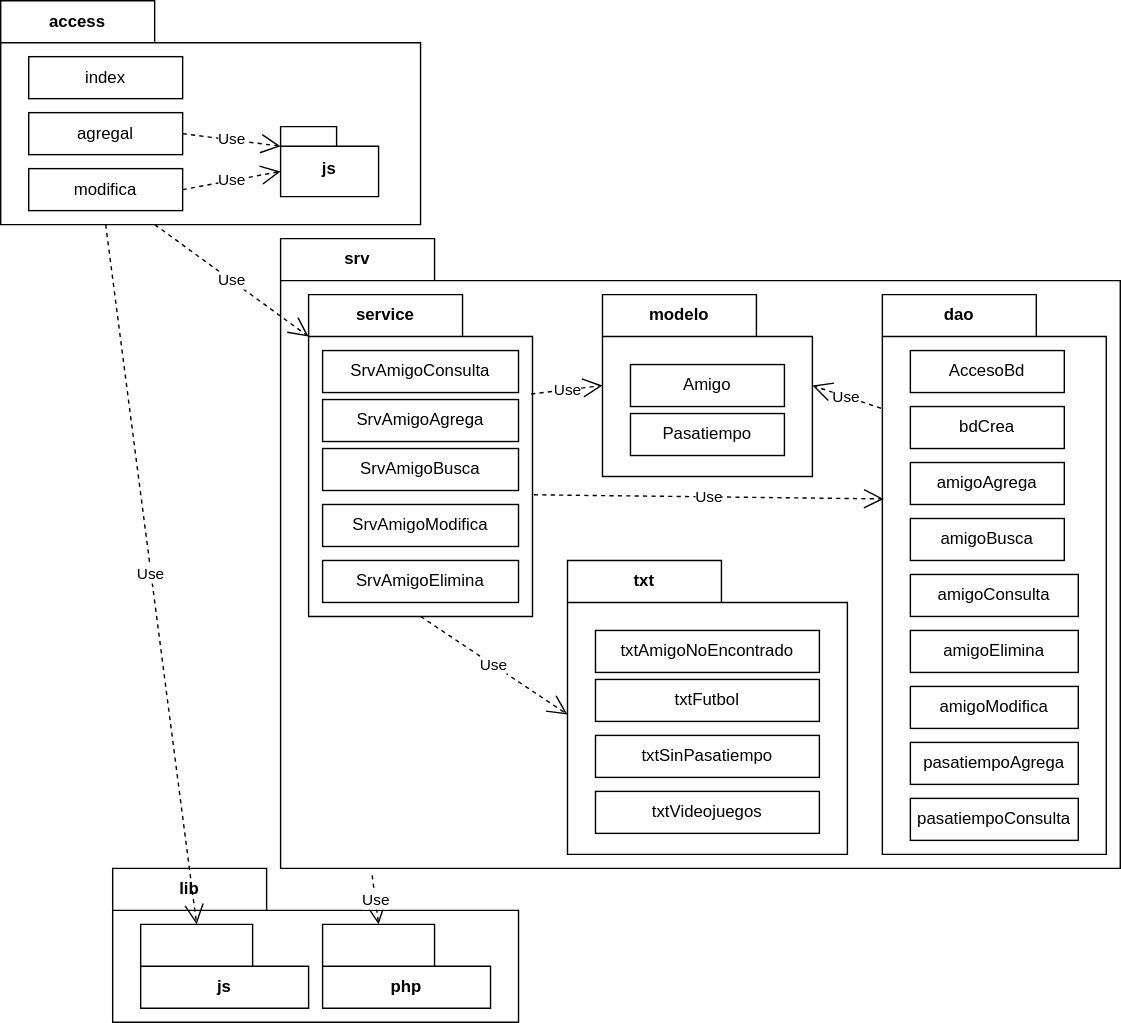
This is img/m17auno/aunopaquetes.drawio.svg from gilpgawoas/gilpgawoas.github.io, a draw.io export, as it was before one commit. Source tidied: cells renumbered, new cells last; positions are measured from the earlier drawing's top-left corner, leaving out a move shared by most shapes.
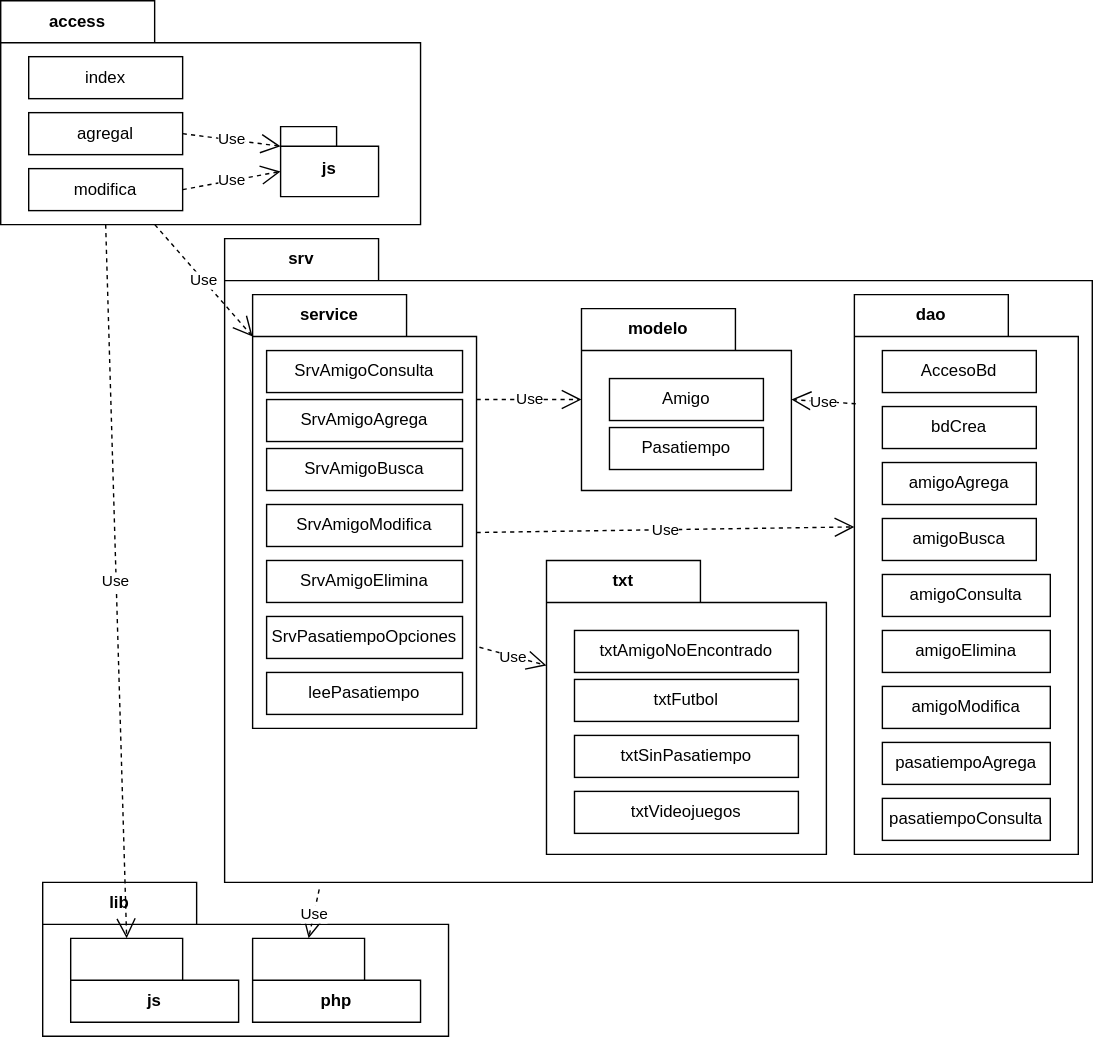
After the commit.

Diff of the diagram source:
```diff
@@ -3,7 +3,7 @@
     <mxCell id="0" />
     <mxCell id="1" parent="0" />
     <mxCell id="2" value="lib" style="shape=folder;fontStyle=1;tabWidth=110;tabHeight=30;tabPosition=left;html=1;boundedLbl=1;labelInHeader=1;whiteSpace=wrap;" parent="1" vertex="1">
-      <mxGeometry x="80" y="620" width="290" height="110" as="geometry" />
+      <mxGeometry x="30" y="630" width="290" height="110" as="geometry" />
     </mxCell>
     <mxCell id="3" value="js" style="shape=folder;fontStyle=1;tabWidth=80;tabHeight=30;tabPosition=left;html=1;boundedLbl=1;whiteSpace=wrap;" parent="2" vertex="1">
       <mxGeometry x="20" y="40" width="120" height="60" as="geometry" />
@@ -39,10 +39,10 @@
       <mxGeometry relative="1" as="geometry" />
     </mxCell>
     <mxCell id="12" value="srv" style="shape=folder;fontStyle=1;tabWidth=110;tabHeight=30;tabPosition=left;html=1;boundedLbl=1;labelInHeader=1;whiteSpace=wrap;" parent="1" vertex="1">
-      <mxGeometry x="200" y="170" width="600" height="450" as="geometry" />
+      <mxGeometry x="160" y="170" width="620" height="460" as="geometry" />
     </mxCell>
     <mxCell id="13" value="service" style="shape=folder;fontStyle=1;tabWidth=110;tabHeight=30;tabPosition=left;html=1;boundedLbl=1;labelInHeader=1;whiteSpace=wrap;" parent="12" vertex="1">
-      <mxGeometry x="20" y="40" width="160" height="230" as="geometry" />
+      <mxGeometry x="20" y="40" width="160" height="310" as="geometry" />
     </mxCell>
     <mxCell id="14" value="SrvAmigoConsulta" style="html=1;whiteSpace=wrap;" parent="13" vertex="1">
       <mxGeometry width="140" height="30" relative="1" as="geometry">
@@ -69,8 +69,18 @@
         <mxPoint x="10" y="190" as="offset" />
       </mxGeometry>
     </mxCell>
+    <mxCell id="44" value="SrvPasatiempoOpciones" style="html=1;whiteSpace=wrap;" parent="13" vertex="1">
+      <mxGeometry width="140" height="30" relative="1" as="geometry">
+        <mxPoint x="10" y="230" as="offset" />
+      </mxGeometry>
+    </mxCell>
+    <mxCell id="45" value="leePasatiempo" style="html=1;whiteSpace=wrap;" parent="13" vertex="1">
+      <mxGeometry width="140" height="30" relative="1" as="geometry">
+        <mxPoint x="10" y="270" as="offset" />
+      </mxGeometry>
+    </mxCell>
     <mxCell id="19" value="txt" style="shape=folder;fontStyle=1;tabWidth=110;tabHeight=30;tabPosition=left;html=1;boundedLbl=1;labelInHeader=1;whiteSpace=wrap;" parent="12" vertex="1">
-      <mxGeometry x="205" y="230" width="200" height="210" as="geometry" />
+      <mxGeometry x="230" y="230" width="200" height="210" as="geometry" />
     </mxCell>
     <mxCell id="20" value="txtAmigoNoEncontrado" style="html=1;whiteSpace=wrap;" parent="19" vertex="1">
       <mxGeometry width="160" height="30" relative="1" as="geometry">
@@ -93,7 +103,7 @@
       </mxGeometry>
     </mxCell>
     <mxCell id="24" value="modelo" style="shape=folder;fontStyle=1;tabWidth=110;tabHeight=30;tabPosition=left;html=1;boundedLbl=1;labelInHeader=1;whiteSpace=wrap;" parent="12" vertex="1">
-      <mxGeometry x="230" y="40" width="150" height="130" as="geometry" />
+      <mxGeometry x="255" y="50" width="150" height="130" as="geometry" />
     </mxCell>
     <mxCell id="25" value="Amigo" style="html=1;whiteSpace=wrap;" parent="24" vertex="1">
       <mxGeometry width="110" height="30" relative="1" as="geometry">
@@ -106,7 +116,7 @@
       </mxGeometry>
     </mxCell>
     <mxCell id="27" value="dao" style="shape=folder;fontStyle=1;tabWidth=110;tabHeight=30;tabPosition=left;html=1;boundedLbl=1;labelInHeader=1;whiteSpace=wrap;" parent="12" vertex="1">
-      <mxGeometry x="430" y="40" width="160" height="400" as="geometry" />
+      <mxGeometry x="450" y="40" width="160" height="400" as="geometry" />
     </mxCell>
     <mxCell id="28" value="AccesoBd" style="html=1;whiteSpace=wrap;" parent="27" vertex="1">
       <mxGeometry width="110" height="30" relative="1" as="geometry">
@@ -153,16 +163,16 @@
         <mxPoint x="20" y="360" as="offset" />
       </mxGeometry>
     </mxCell>
-    <mxCell id="37" value="Use" style="endArrow=open;endSize=12;dashed=1;html=1;rounded=0;entryX=0;entryY=0;entryDx=150;entryDy=65;entryPerimeter=0;exitX=-0.006;exitY=0.203;exitDx=0;exitDy=0;exitPerimeter=0;" parent="12" edge="1" source="27" target="24">
+    <mxCell id="37" value="Use" style="endArrow=open;endSize=12;dashed=1;html=1;rounded=0;entryX=0;entryY=0;entryDx=150;entryDy=65;entryPerimeter=0;exitX=0.006;exitY=0.195;exitDx=0;exitDy=0;exitPerimeter=0;" parent="12" edge="1" source="27" target="24">
       <mxGeometry relative="1" as="geometry" />
     </mxCell>
-    <mxCell id="38" value="Use" style="endArrow=open;endSize=12;dashed=1;html=1;rounded=0;entryX=0;entryY=0;entryDx=0;entryDy=65;entryPerimeter=0;exitX=0.994;exitY=0.309;exitDx=0;exitDy=0;exitPerimeter=0;" parent="12" edge="1" source="13" target="24">
+    <mxCell id="38" value="Use" style="endArrow=open;endSize=12;dashed=1;html=1;rounded=0;entryX=0;entryY=0;entryDx=0;entryDy=65;entryPerimeter=0;exitX=1;exitY=0.242;exitDx=0;exitDy=0;exitPerimeter=0;" parent="12" edge="1" source="13" target="24">
       <mxGeometry relative="1" as="geometry" />
     </mxCell>
-    <mxCell id="39" value="Use" style="endArrow=open;endSize=12;dashed=1;html=1;rounded=0;entryX=0.006;entryY=0.365;entryDx=0;entryDy=0;entryPerimeter=0;exitX=1.006;exitY=0.622;exitDx=0;exitDy=0;exitPerimeter=0;" parent="12" edge="1" source="13" target="27">
+    <mxCell id="39" value="Use" style="endArrow=open;endSize=12;dashed=1;html=1;rounded=0;entryX=0;entryY=0.415;entryDx=0;entryDy=0;entryPerimeter=0;exitX=0;exitY=0;exitDx=160;exitDy=170;exitPerimeter=0;" parent="12" edge="1" source="13" target="27">
       <mxGeometry relative="1" as="geometry" />
     </mxCell>
-    <mxCell id="40" value="Use" style="endArrow=open;endSize=12;dashed=1;html=1;rounded=0;entryX=0;entryY=0.524;entryDx=0;entryDy=0;entryPerimeter=0;exitX=0.5;exitY=1;exitDx=0;exitDy=0;exitPerimeter=0;" parent="12" edge="1" source="13" target="19">
+    <mxCell id="40" value="Use" style="endArrow=open;endSize=12;dashed=1;html=1;rounded=0;entryX=0;entryY=0;entryDx=0;entryDy=75;entryPerimeter=0;exitX=1.013;exitY=0.813;exitDx=0;exitDy=0;exitPerimeter=0;" parent="12" edge="1" source="13" target="19">
       <mxGeometry relative="1" as="geometry" />
     </mxCell>
     <mxCell id="41" value="Use" style="endArrow=open;endSize=12;dashed=1;html=1;rounded=0;exitX=0.367;exitY=1;exitDx=0;exitDy=0;exitPerimeter=0;entryX=0;entryY=0;entryDx=0;entryDy=30;entryPerimeter=0;" parent="1" edge="1" source="5" target="13">
```
